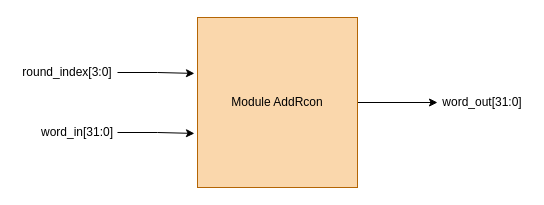
This is diagram/drawio/AddRcon High.drawio from LQLManZz/AES128-Verilog, a draw.io file, before an edit. Source tidied: cells renumbered, new cells numbered last; positions are measured from the earlier drawing's top-left corner, leaving out a move shared by most shapes. Both pictures are drawn from the tidied source at 100%, with x=0, y=0 at pixel (17, 17).
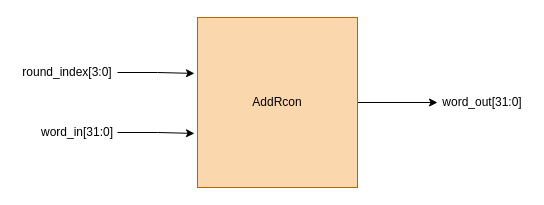
The same page after the edit.

What changed in the source:
```diff
@@
 <mxGraphModel>
   <root>
     <mxCell id="0" />
     <mxCell id="1" parent="0" />
     <mxCell id="2" value="round_index[3:0]" style="text;html=1;whiteSpace=wrap;strokeColor=none;fillColor=none;align=center;verticalAlign=middle;rounded=0;" parent="1" vertex="1">
       <mxGeometry y="40" width="100" height="30" as="geometry" />
     </mxCell>
     <mxCell id="3" value="word_out&lt;span style=&quot;background-color: transparent; color: light-dark(rgb(0, 0, 0), rgb(255, 255, 255));&quot;&gt;[31:0]&lt;/span&gt;" style="text;html=1;whiteSpace=wrap;strokeColor=none;fillColor=none;align=center;verticalAlign=middle;rounded=0;" parent="1" vertex="1">
       <mxGeometry x="420" y="70" width="90" height="30" as="geometry" />
     </mxCell>
     <mxCell id="4" style="edgeStyle=orthogonalEdgeStyle;rounded=0;jettySize=auto;html=1;exitX=1;exitY=0.5;exitDx=0;exitDy=0;entryX=0;entryY=0.5;entryDx=0;entryDy=0;" parent="1" edge="1" source="5" target="3">
       <mxGeometry relative="1" as="geometry" />
     </mxCell>
-    <mxCell id="5" value="Module AddRcon" style="whiteSpace=wrap;html=1;fillColor=#fad7ac;strokeColor=#b46504;" parent="1" vertex="1">
+    <mxCell id="5" value="AddRcon" style="whiteSpace=wrap;html=1;fillColor=#fad7ac;strokeColor=#b46504;" parent="1" vertex="1">
       <mxGeometry x="180" width="160" height="170" as="geometry" />
     </mxCell>
     <mxCell id="6" value="word_in[31:0]" style="text;html=1;whiteSpace=wrap;strokeColor=none;fillColor=none;align=center;verticalAlign=middle;rounded=0;" parent="1" vertex="1">
       <mxGeometry x="20" y="100" width="80" height="30" as="geometry" />
     </mxCell>
     <mxCell id="7" style="edgeStyle=orthogonalEdgeStyle;rounded=0;jettySize=auto;html=1;exitX=1;exitY=0.5;exitDx=0;exitDy=0;entryX=-0.019;entryY=0.329;entryDx=0;entryDy=0;entryPerimeter=0;" parent="1" edge="1" source="2" target="5">
       <mxGeometry relative="1" as="geometry" />
     </mxCell>
     <mxCell id="8" style="edgeStyle=orthogonalEdgeStyle;rounded=0;jettySize=auto;html=1;exitX=1;exitY=0.5;exitDx=0;exitDy=0;entryX=-0.019;entryY=0.682;entryDx=0;entryDy=0;entryPerimeter=0;" parent="1" edge="1" source="6" target="5">
       <mxGeometry relative="1" as="geometry" />
     </mxCell>
   </root>
 </mxGraphModel>
```
